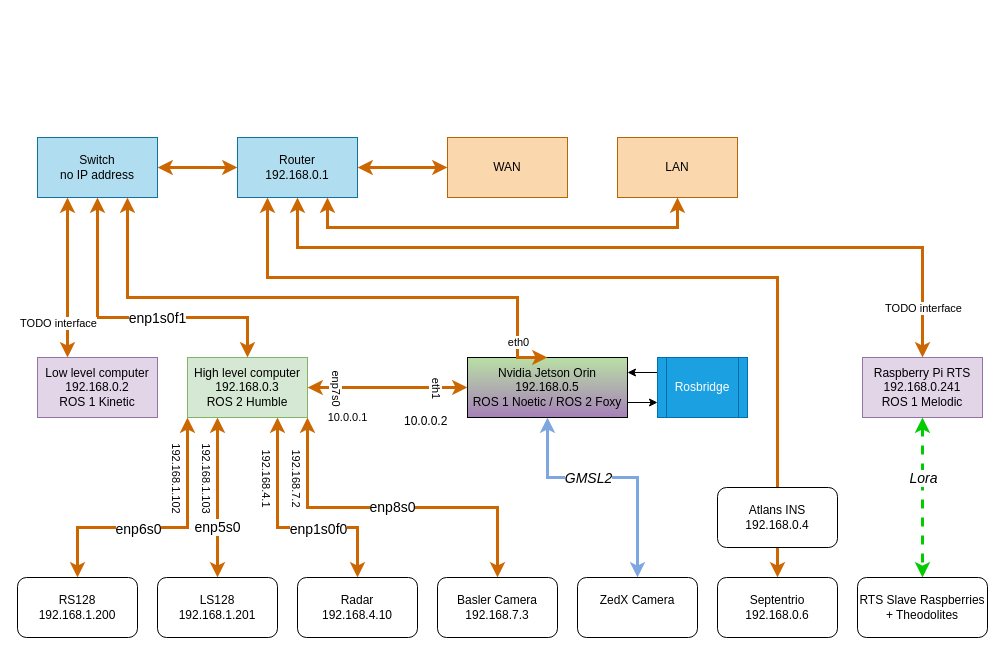
Earlier version of the draw.io diagram robots/warthog/warthog_networking.drawio (norlab-ulaval/Norlab_wiki). Source tidied: cells renumbered, new cells numbered last; positions are measured from the earlier drawing's top-left corner, leaving out a move shared by most shapes. Both pictures are drawn from the tidied source at 100%, with x=0, y=0 at pixel (17, 137).
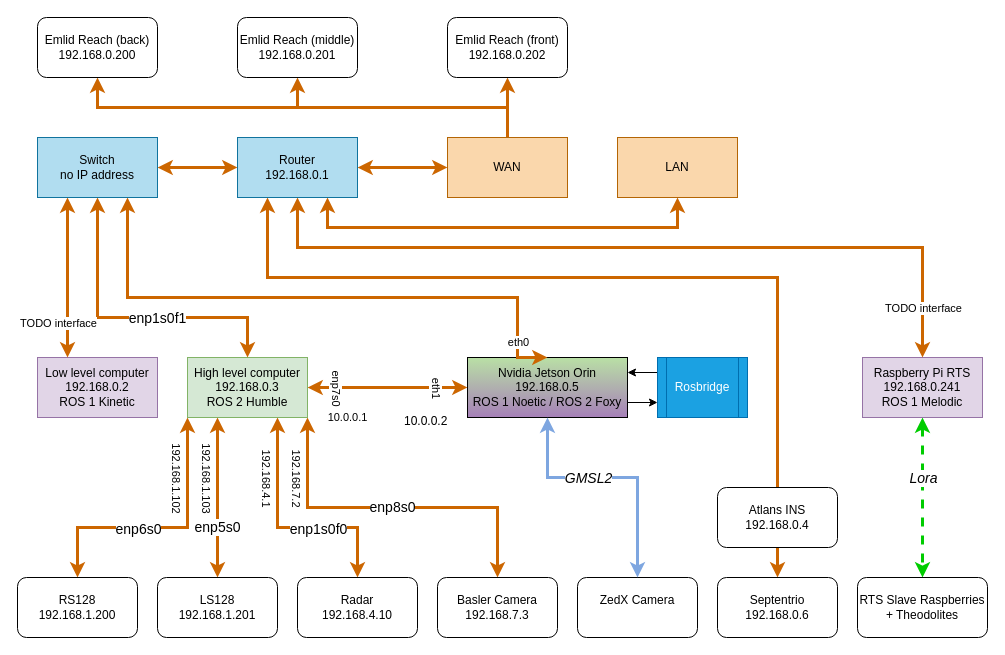
After the change.

Unchanged cells that the change refers to:
```xml
<mxCell id="41" value="WAN" style="rounded=0;whiteSpace=wrap;html=1;fillColor=#fad7ac;strokeColor=#b46504;" parent="1" vertex="1">
  <mxGeometry x="430" width="120" height="60" as="geometry" />
</mxCell>
```

Diff of the diagram source:
```diff
@@
+    <mxCell id="51" style="edgeStyle=orthogonalEdgeStyle;rounded=0;jettySize=auto;html=1;exitX=0.5;exitY=0;exitDx=0;exitDy=0;entryX=0.5;entryY=1;entryDx=0;entryDy=0;strokeWidth=3;strokeColor=#CC6600;" parent="1" edge="1" source="41" target="56">
+      <mxGeometry relative="1" as="geometry" />
+    </mxCell>
+    <mxCell id="52" style="edgeStyle=orthogonalEdgeStyle;rounded=0;jettySize=auto;html=1;exitX=0.5;exitY=0;exitDx=0;exitDy=0;entryX=0.5;entryY=1;entryDx=0;entryDy=0;strokeWidth=3;strokeColor=#CC6600;" parent="1" edge="1" source="41" target="55">
+      <mxGeometry relative="1" as="geometry" />
+    </mxCell>
+    <mxCell id="53" style="edgeStyle=orthogonalEdgeStyle;rounded=0;jettySize=auto;html=1;exitX=0.5;exitY=0;exitDx=0;exitDy=0;entryX=0.5;entryY=1;entryDx=0;entryDy=0;strokeWidth=3;strokeColor=#CC6600;" parent="1" edge="1" source="41" target="54">
+      <mxGeometry relative="1" as="geometry" />
+    </mxCell>
@@
+    <mxCell id="54" value="&lt;div&gt;Emlid Reach (back)&lt;br&gt;&lt;/div&gt;&lt;div&gt;192.168.0.200&lt;br&gt;&lt;/div&gt;" style="rounded=1;whiteSpace=wrap;html=1;" parent="1" vertex="1">
+      <mxGeometry x="20" y="-120" width="120" height="60" as="geometry" />
+    </mxCell>
+    <mxCell id="55" value="&lt;div&gt;Emlid Reach (middle)&lt;br&gt;&lt;/div&gt;&lt;div&gt;192.168.0.201&lt;br&gt;&lt;/div&gt;" style="rounded=1;whiteSpace=wrap;html=1;" parent="1" vertex="1">
+      <mxGeometry x="220" y="-120" width="120" height="60" as="geometry" />
+    </mxCell>
+    <mxCell id="56" value="&lt;div&gt;Emlid Reach (front)&lt;br&gt;&lt;/div&gt;&lt;div&gt;192.168.0.202&lt;br&gt;&lt;/div&gt;" style="rounded=1;whiteSpace=wrap;html=1;" parent="1" vertex="1">
+      <mxGeometry x="430" y="-120" width="120" height="60" as="geometry" />
+    </mxCell>
```
